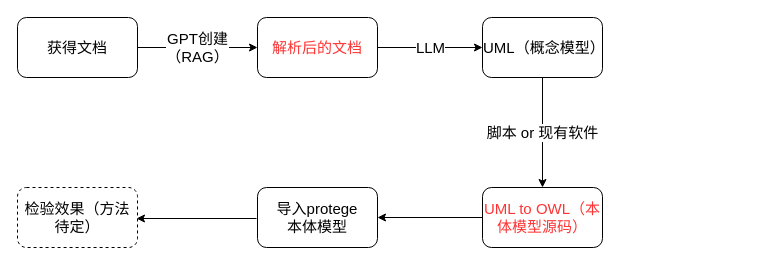
Earlier version of the draw.io diagram 2.28.drawio (yizhezhixing/yizhezhixing). Source tidied: cells renumbered, new cells numbered last; positions are measured from the earlier drawing's top-left corner, leaving out a move shared by most shapes. Both pictures are drawn from the tidied source at 100%, with x=0, y=0 at pixel (17, 17).
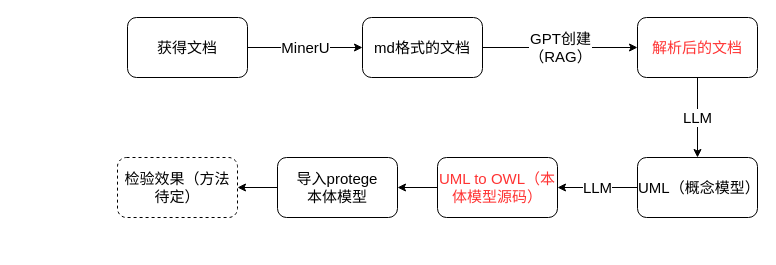
The same diagram, later.

Diff of the diagram source:
```diff
@@
 <mxGraphModel>
   <root>
     <mxCell id="0" />
     <mxCell id="1" parent="0" />
-    <mxCell id="2" value="GPT创建&lt;div&gt;（RAG）&lt;/div&gt;" style="edgeStyle=orthogonalEdgeStyle;rounded=0;jettySize=auto;html=1;fontSize=15;" parent="1" edge="1" source="3" target="5">
+    <mxCell id="2" value="GPT创建&lt;div&gt;（RAG）&lt;/div&gt;" style="edgeStyle=orthogonalEdgeStyle;rounded=0;jettySize=auto;html=1;fontSize=15;exitX=1;exitY=0.5;exitDx=0;exitDy=0;" parent="1" edge="1" source="15" target="5">
       <mxGeometry relative="1" as="geometry" />
     </mxCell>
+    <mxCell id="13" value="MinerU" style="edgeStyle=orthogonalEdgeStyle;rounded=0;jettySize=auto;html=1;fontSize=15;" parent="1" edge="1" source="3" target="15">
+      <mxGeometry relative="1" as="geometry" />
+    </mxCell>
     <mxCell id="3" value="获得文档" style="rounded=1;whiteSpace=wrap;html=1;fontSize=15;" parent="1" vertex="1">
-      <mxGeometry width="120" height="60" as="geometry" />
+      <mxGeometry x="110" width="120" height="60" as="geometry" />
     </mxCell>
     <mxCell id="4" value="LLM" style="edgeStyle=orthogonalEdgeStyle;rounded=0;jettySize=auto;html=1;fontSize=15;" parent="1" edge="1" source="5" target="7">
       <mxGeometry relative="1" as="geometry" />
     </mxCell>
     <mxCell id="5" value="解析后的文档" style="rounded=1;whiteSpace=wrap;html=1;fontSize=15;fontColor=#FF3333;" parent="1" vertex="1">
-      <mxGeometry x="240" width="120" height="60" as="geometry" />
+      <mxGeometry x="620" width="120" height="60" as="geometry" />
     </mxCell>
-    <mxCell id="6" value="脚本 or 现有软件" style="edgeStyle=orthogonalEdgeStyle;rounded=0;jettySize=auto;html=1;fontSize=15;" parent="1" edge="1" source="7" target="9">
+    <mxCell id="6" value="LLM" style="edgeStyle=orthogonalEdgeStyle;rounded=0;jettySize=auto;html=1;fontSize=15;" parent="1" edge="1" source="7" target="9">
       <mxGeometry relative="1" as="geometry" />
     </mxCell>
     <mxCell id="7" value="UML（概念模型）" style="rounded=1;whiteSpace=wrap;html=1;fontSize=15;" parent="1" vertex="1">
-      <mxGeometry x="465" width="120" height="60" as="geometry" />
+      <mxGeometry x="620" y="140" width="120" height="60" as="geometry" />
     </mxCell>
     <mxCell id="8" style="edgeStyle=orthogonalEdgeStyle;rounded=0;jettySize=auto;html=1;fontSize=15;" parent="1" edge="1" source="9" target="11">
       <mxGeometry relative="1" as="geometry" />
     </mxCell>
     <mxCell id="9" value="UML to OWL（本体模型源码）" style="rounded=1;whiteSpace=wrap;html=1;fontSize=15;fontColor=#FF3333;" parent="1" vertex="1">
-      <mxGeometry x="465" y="170" width="120" height="60" as="geometry" />
+      <mxGeometry x="420" y="140" width="120" height="60" as="geometry" />
     </mxCell>
-    <mxCell id="10" style="edgeStyle=orthogonalEdgeStyle;rounded=0;orthogonalLoop=1;jettySize=auto;html=1;fontSize=15;" parent="1" edge="1">
-      <mxGeometry relative="1" as="geometry">
-        <mxPoint x="239" y="201" as="sourcePoint" />
-        <mxPoint x="119" y="201" as="targetPoint" />
-      </mxGeometry>
-    </mxCell>
+    <mxCell id="14" style="edgeStyle=orthogonalEdgeStyle;rounded=0;jettySize=auto;html=1;fontSize=15;" parent="1" edge="1" source="11" target="12">
+      <mxGeometry relative="1" as="geometry" />
+    </mxCell>
     <mxCell id="11" value="导入protege&lt;div&gt;本体模型&lt;/div&gt;" style="rounded=1;whiteSpace=wrap;html=1;fontSize=15;" parent="1" vertex="1">
-      <mxGeometry x="240" y="170" width="120" height="60" as="geometry" />
+      <mxGeometry x="260" y="140" width="120" height="60" as="geometry" />
     </mxCell>
     <mxCell id="12" value="检验效果（方法待定）" style="rounded=1;whiteSpace=wrap;html=1;dashed=1;fontSize=15;" parent="1" vertex="1">
-      <mxGeometry y="170" width="120" height="60" as="geometry" />
+      <mxGeometry x="100" y="140" width="120" height="60" as="geometry" />
     </mxCell>
+    <mxCell id="15" value="&lt;font&gt;md格式的文档&lt;/font&gt;" style="rounded=1;whiteSpace=wrap;html=1;fontSize=15;" parent="1" vertex="1">
+      <mxGeometry x="345" width="120" height="60" as="geometry" />
+    </mxCell>
   </root>
 </mxGraphModel>
```
